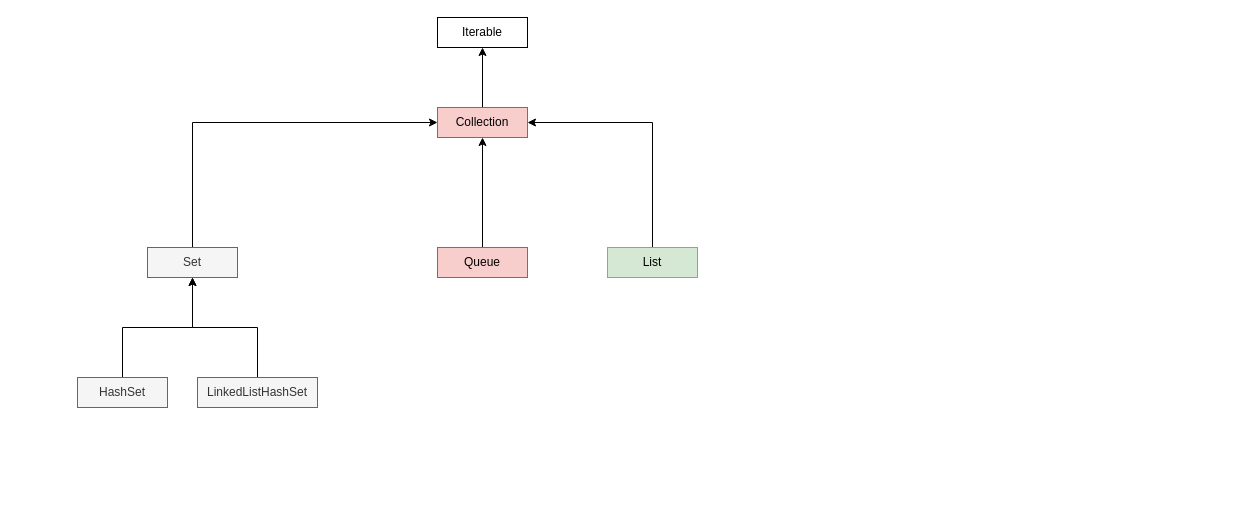
Dannyidea/diagram keeps this draw.io diagram as Collection设计.drawio. Above is the earlier version. Source tidied: cells renumbered, new cells numbered last; positions are measured from the earlier drawing's top-left corner, leaving out a move shared by most shapes. Both pictures are drawn from the tidied source at 100%, with x=0, y=0 at pixel (77, 17).
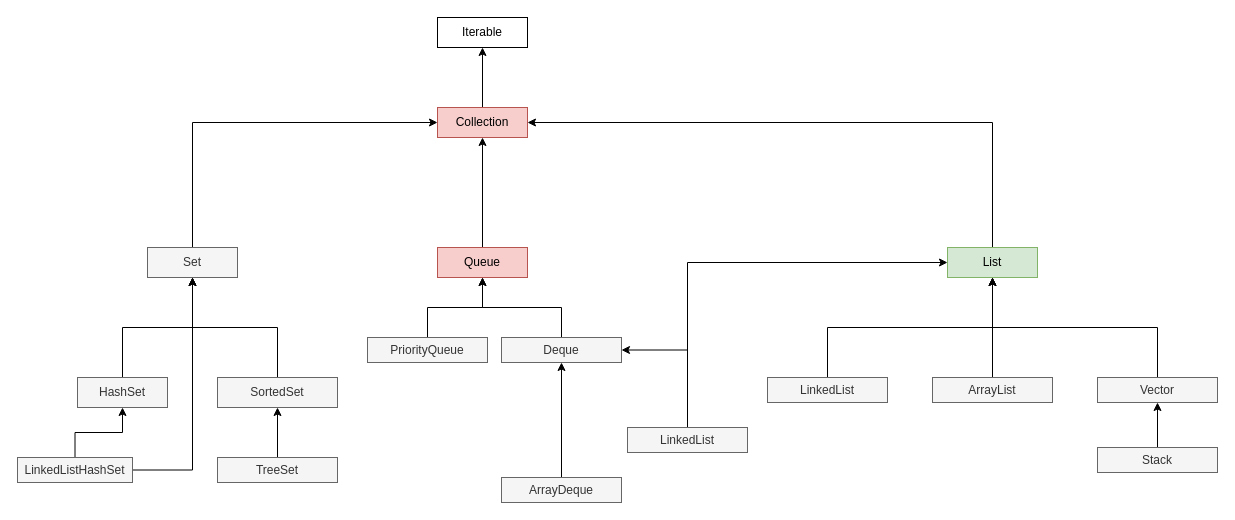
Above is the later version.

The change refers to these unchanged cells:
```xml
<mxCell id="6" value="Queue" style="rounded=0;whiteSpace=wrap;html=1;fillColor=#f8cecc;strokeColor=#b85450;" parent="1" vertex="1">
  <mxGeometry x="360" y="230" width="90" height="30" as="geometry" />
</mxCell>
<mxCell id="10" value="Set" style="rounded=0;whiteSpace=wrap;html=1;fillColor=#f5f5f5;fontColor=#333333;strokeColor=#666666;" parent="1" vertex="1">
  <mxGeometry x="70" y="230" width="90" height="30" as="geometry" />
</mxCell>
<mxCell id="12" value="HashSet" style="rounded=0;whiteSpace=wrap;html=1;fillColor=#f5f5f5;fontColor=#333333;strokeColor=#666666;" parent="1" vertex="1">
  <mxGeometry y="360" width="90" height="30" as="geometry" />
</mxCell>
```

The edit, as a diff of the source:
```diff
@@
     <mxCell id="8" value="List" style="rounded=0;whiteSpace=wrap;html=1;fillColor=#d5e8d4;strokeColor=#82b366;" parent="1" vertex="1">
-      <mxGeometry x="530" y="230" width="90" height="30" as="geometry" />
+      <mxGeometry x="870" y="230" width="90" height="30" as="geometry" />
     </mxCell>
@@
+    <mxCell id="15" style="edgeStyle=orthogonalEdgeStyle;rounded=0;jettySize=auto;html=1;" parent="1" edge="1" source="14" target="12">
+      <mxGeometry relative="1" as="geometry" />
+    </mxCell>
@@
     <mxCell id="14" value="LinkedListHashSet" style="rounded=0;whiteSpace=wrap;html=1;fillColor=#f5f5f5;fontColor=#333333;strokeColor=#666666;" parent="1" vertex="1">
-      <mxGeometry x="120" y="360" width="120" height="30" as="geometry" />
+      <mxGeometry x="-60" y="440" width="115" height="25" as="geometry" />
     </mxCell>
+    <mxCell id="16" style="edgeStyle=orthogonalEdgeStyle;rounded=0;jettySize=auto;html=1;entryX=0.5;entryY=1;entryDx=0;entryDy=0;" parent="1" edge="1" source="17" target="10">
+      <mxGeometry relative="1" as="geometry" />
+    </mxCell>
+    <mxCell id="17" value="SortedSet" style="rounded=0;whiteSpace=wrap;html=1;fillColor=#f5f5f5;fontColor=#333333;strokeColor=#666666;" parent="1" vertex="1">
+      <mxGeometry x="140" y="360" width="120" height="30" as="geometry" />
+    </mxCell>
+    <mxCell id="18" style="edgeStyle=orthogonalEdgeStyle;rounded=0;jettySize=auto;html=1;" parent="1" edge="1" source="19" target="17">
+      <mxGeometry relative="1" as="geometry" />
+    </mxCell>
+    <mxCell id="19" value="TreeSet" style="rounded=0;whiteSpace=wrap;html=1;fillColor=#f5f5f5;fontColor=#333333;strokeColor=#666666;" parent="1" vertex="1">
+      <mxGeometry x="140" y="440" width="120" height="25" as="geometry" />
+    </mxCell>
+    <mxCell id="20" style="edgeStyle=orthogonalEdgeStyle;rounded=0;jettySize=auto;html=1;" parent="1" edge="1" source="21" target="6">
+      <mxGeometry relative="1" as="geometry" />
+    </mxCell>
+    <mxCell id="21" value="Deque" style="rounded=0;whiteSpace=wrap;html=1;fillColor=#f5f5f5;fontColor=#333333;strokeColor=#666666;" parent="1" vertex="1">
+      <mxGeometry x="424" y="320" width="120" height="25" as="geometry" />
+    </mxCell>
+    <mxCell id="22" style="edgeStyle=orthogonalEdgeStyle;rounded=0;jettySize=auto;html=1;" parent="1" edge="1" source="23" target="6">
+      <mxGeometry relative="1" as="geometry" />
+    </mxCell>
+    <mxCell id="23" value="PriorityQueue" style="rounded=0;whiteSpace=wrap;html=1;fillColor=#f5f5f5;fontColor=#333333;strokeColor=#666666;" parent="1" vertex="1">
+      <mxGeometry x="290" y="320" width="120" height="25" as="geometry" />
+    </mxCell>
+    <mxCell id="24" style="edgeStyle=orthogonalEdgeStyle;rounded=0;jettySize=auto;html=1;entryX=1;entryY=0.5;entryDx=0;entryDy=0;" parent="1" edge="1" source="26" target="21">
+      <mxGeometry relative="1" as="geometry">
+        <Array as="points">
+          <mxPoint x="610" y="333" />
+        </Array>
+      </mxGeometry>
+    </mxCell>
+    <mxCell id="25" style="edgeStyle=orthogonalEdgeStyle;rounded=0;jettySize=auto;html=1;entryX=0;entryY=0.5;entryDx=0;entryDy=0;" parent="1" edge="1" source="26" target="8">
+      <mxGeometry relative="1" as="geometry">
+        <Array as="points">
+          <mxPoint x="610" y="245" />
+        </Array>
+      </mxGeometry>
+    </mxCell>
+    <mxCell id="26" value="LinkedList" style="rounded=0;whiteSpace=wrap;html=1;fillColor=#f5f5f5;fontColor=#333333;strokeColor=#666666;" parent="1" vertex="1">
+      <mxGeometry x="550" y="410" width="120" height="25" as="geometry" />
+    </mxCell>
+    <mxCell id="27" style="edgeStyle=orthogonalEdgeStyle;rounded=0;jettySize=auto;html=1;" parent="1" edge="1" source="28" target="21">
+      <mxGeometry relative="1" as="geometry" />
+    </mxCell>
+    <mxCell id="28" value="ArrayDeque" style="rounded=0;whiteSpace=wrap;html=1;fillColor=#f5f5f5;fontColor=#333333;strokeColor=#666666;" parent="1" vertex="1">
+      <mxGeometry x="424" y="460" width="120" height="25" as="geometry" />
+    </mxCell>
+    <mxCell id="29" style="edgeStyle=orthogonalEdgeStyle;rounded=0;jettySize=auto;html=1;entryX=0.5;entryY=1;entryDx=0;entryDy=0;" parent="1" edge="1" source="30" target="8">
+      <mxGeometry relative="1" as="geometry" />
+    </mxCell>
+    <mxCell id="30" value="ArrayList" style="rounded=0;whiteSpace=wrap;html=1;fillColor=#f5f5f5;fontColor=#333333;strokeColor=#666666;" parent="1" vertex="1">
+      <mxGeometry x="855" y="360" width="120" height="25" as="geometry" />
+    </mxCell>
+    <mxCell id="31" style="edgeStyle=orthogonalEdgeStyle;rounded=0;jettySize=auto;html=1;exitX=0.5;exitY=0;exitDx=0;exitDy=0;entryX=0.5;entryY=1;entryDx=0;entryDy=0;" parent="1" edge="1" source="32" target="8">
+      <mxGeometry relative="1" as="geometry" />
+    </mxCell>
+    <mxCell id="32" value="LinkedList" style="rounded=0;whiteSpace=wrap;html=1;fillColor=#f5f5f5;fontColor=#333333;strokeColor=#666666;" parent="1" vertex="1">
+      <mxGeometry x="690" y="360" width="120" height="25" as="geometry" />
+    </mxCell>
+    <mxCell id="33" style="edgeStyle=orthogonalEdgeStyle;rounded=0;jettySize=auto;html=1;entryX=0.5;entryY=1;entryDx=0;entryDy=0;" parent="1" edge="1" source="34" target="8">
+      <mxGeometry relative="1" as="geometry">
+        <Array as="points">
+          <mxPoint x="1080" y="310" />
+          <mxPoint x="915" y="310" />
+        </Array>
+      </mxGeometry>
+    </mxCell>
+    <mxCell id="34" value="Vector" style="rounded=0;whiteSpace=wrap;html=1;fillColor=#f5f5f5;fontColor=#333333;strokeColor=#666666;" parent="1" vertex="1">
+      <mxGeometry x="1020" y="360" width="120" height="25" as="geometry" />
+    </mxCell>
+    <mxCell id="35" style="edgeStyle=orthogonalEdgeStyle;rounded=0;jettySize=auto;html=1;" parent="1" edge="1" source="36" target="34">
+      <mxGeometry relative="1" as="geometry" />
+    </mxCell>
+    <mxCell id="36" value="Stack" style="rounded=0;whiteSpace=wrap;html=1;fillColor=#f5f5f5;fontColor=#333333;strokeColor=#666666;" parent="1" vertex="1">
+      <mxGeometry x="1020" y="430" width="120" height="25" as="geometry" />
+    </mxCell>
```
